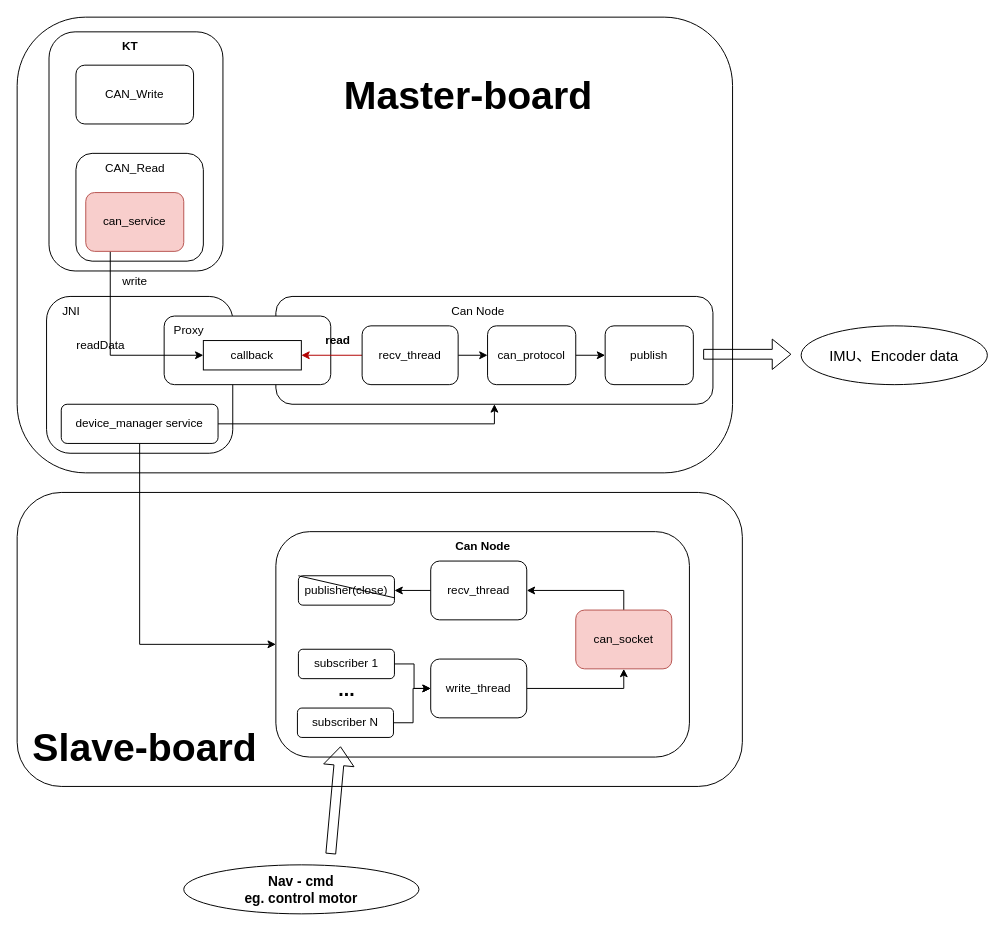
Above: page "双CAN代码+主从板结构示意图" (11 of 11) of nvq hardware学习.drawio in Jev0987/drawioFile (draw.io), before the change. Source tidied: cells renumbered, new cells numbered last; positions are measured from the earlier drawing's top-left corner, leaving out a move shared by most shapes. Both pictures are drawn from the tidied source at 98%, with x=0, y=0 at pixel (17, 17).
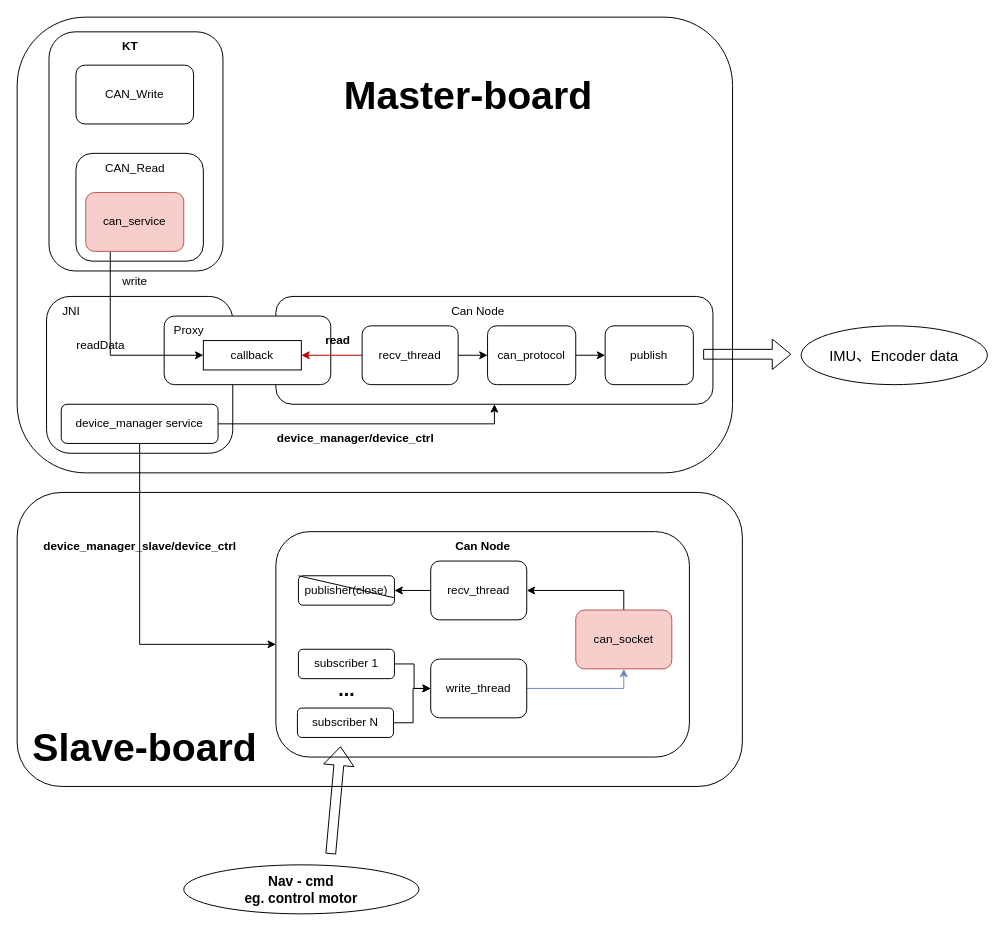
The same page after the edit.

Unchanged cells that the change refers to:
```xml
<mxCell id="34" value="write_thread" style="rounded=1;whiteSpace=wrap;html=1;" parent="1" vertex="1">
  <mxGeometry x="422" y="655" width="98" height="60" as="geometry" />
</mxCell>
<mxCell id="36" value="can_socket" style="rounded=1;whiteSpace=wrap;html=1;fillColor=#f8cecc;strokeColor=#b85450;" parent="1" vertex="1">
  <mxGeometry x="570" y="605" width="98" height="60" as="geometry" />
</mxCell>
```

Change to the diagram source:
```diff
@@
-    <mxCell id="33" style="edgeStyle=orthogonalEdgeStyle;rounded=0;jettySize=auto;html=1;exitX=1;exitY=0.5;exitDx=0;exitDy=0;entryX=0.5;entryY=1;entryDx=0;entryDy=0;" parent="1" edge="1" source="34" target="36">
+    <mxCell id="33" style="edgeStyle=orthogonalEdgeStyle;rounded=0;jettySize=auto;html=1;exitX=1;exitY=0.5;exitDx=0;exitDy=0;entryX=0.5;entryY=1;entryDx=0;entryDy=0;fillColor=#dae8fc;strokeColor=light-dark(#6c8ebf, #0266f2);" parent="1" edge="1" source="34" target="36">
       <mxGeometry relative="1" as="geometry" />
     </mxCell>
@@
+    <mxCell id="51" value="&lt;b&gt;device_manager_slave/device_ctrl&lt;/b&gt;" style="text;html=1;align=center;verticalAlign=middle;strokeColor=none;fillColor=none;" parent="1" vertex="1">
+      <mxGeometry x="15" y="525" width="220" height="30" as="geometry" />
+    </mxCell>
+    <mxCell id="52" value="&lt;b&gt;device_manager/device_ctrl&lt;/b&gt;" style="text;html=1;align=center;verticalAlign=middle;strokeColor=none;fillColor=none;" parent="1" vertex="1">
+      <mxGeometry x="255" y="415" width="180" height="30" as="geometry" />
+    </mxCell>
```
